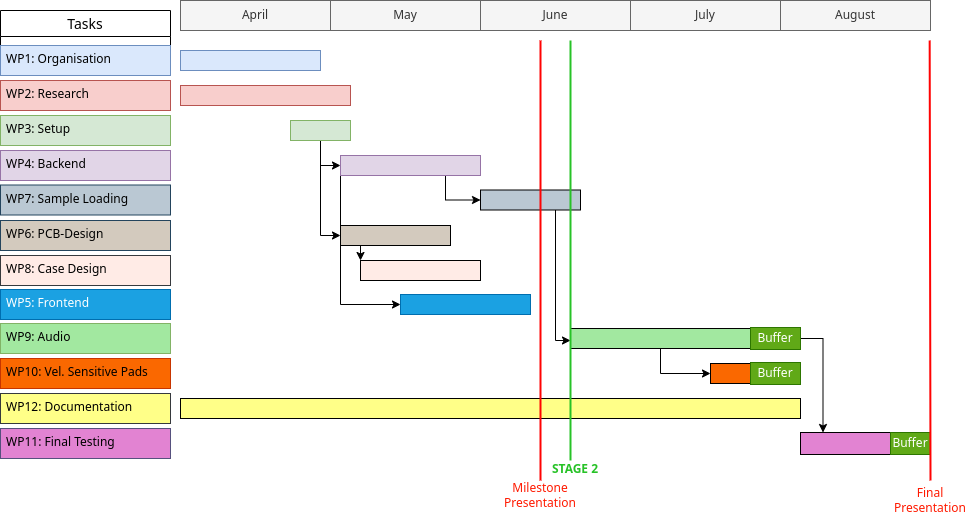
Above: university/projektdurchfuehrung/gantt_PAM3.drawio.png in deeedob/Lunchbox-Sampler (draw.io), before the change. Source tidied: cells renumbered, new cells last; positions are measured from the earlier drawing's top-left corner, leaving out a move shared by most shapes.
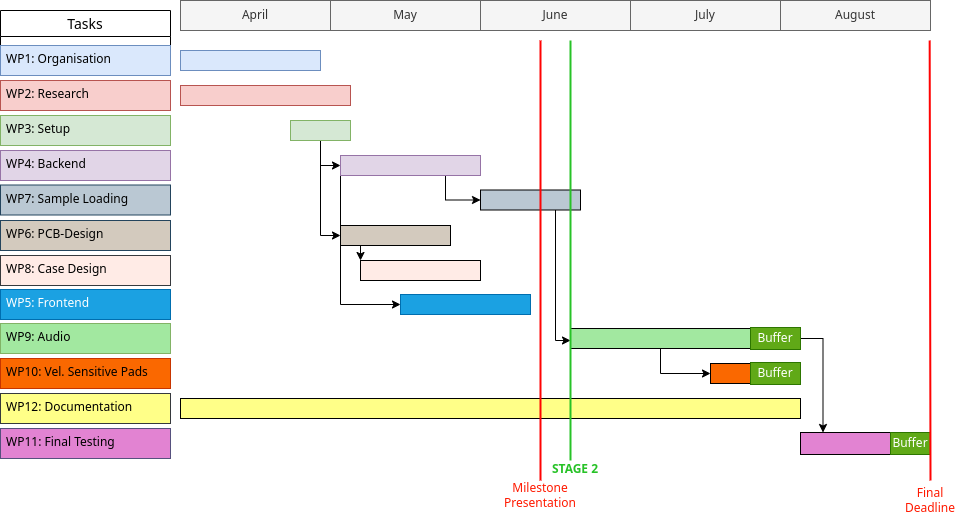
After the change.

Commit message:
Gantt Chart (final presentation -> final deadline)

Diff of the diagram source:
```diff
@@ -152,7 +152,7 @@
         <mxPoint x="929.2" y="40" as="targetPoint" />
       </mxGeometry>
     </mxCell>
-    <mxCell id="48" value="Final&lt;br&gt;Presentation" style="text;html=1;strokeColor=none;fillColor=none;align=center;verticalAlign=middle;whiteSpace=wrap;rounded=0;fontColor=#FF1900;" parent="1" vertex="1">
+    <mxCell id="48" value="Final&lt;br&gt;Deadline" style="text;html=1;strokeColor=none;fillColor=none;align=center;verticalAlign=middle;whiteSpace=wrap;rounded=0;fontColor=#FF1900;" parent="1" vertex="1">
       <mxGeometry x="900" y="480" width="60" height="40" as="geometry" />
     </mxCell>
   </root>
```
